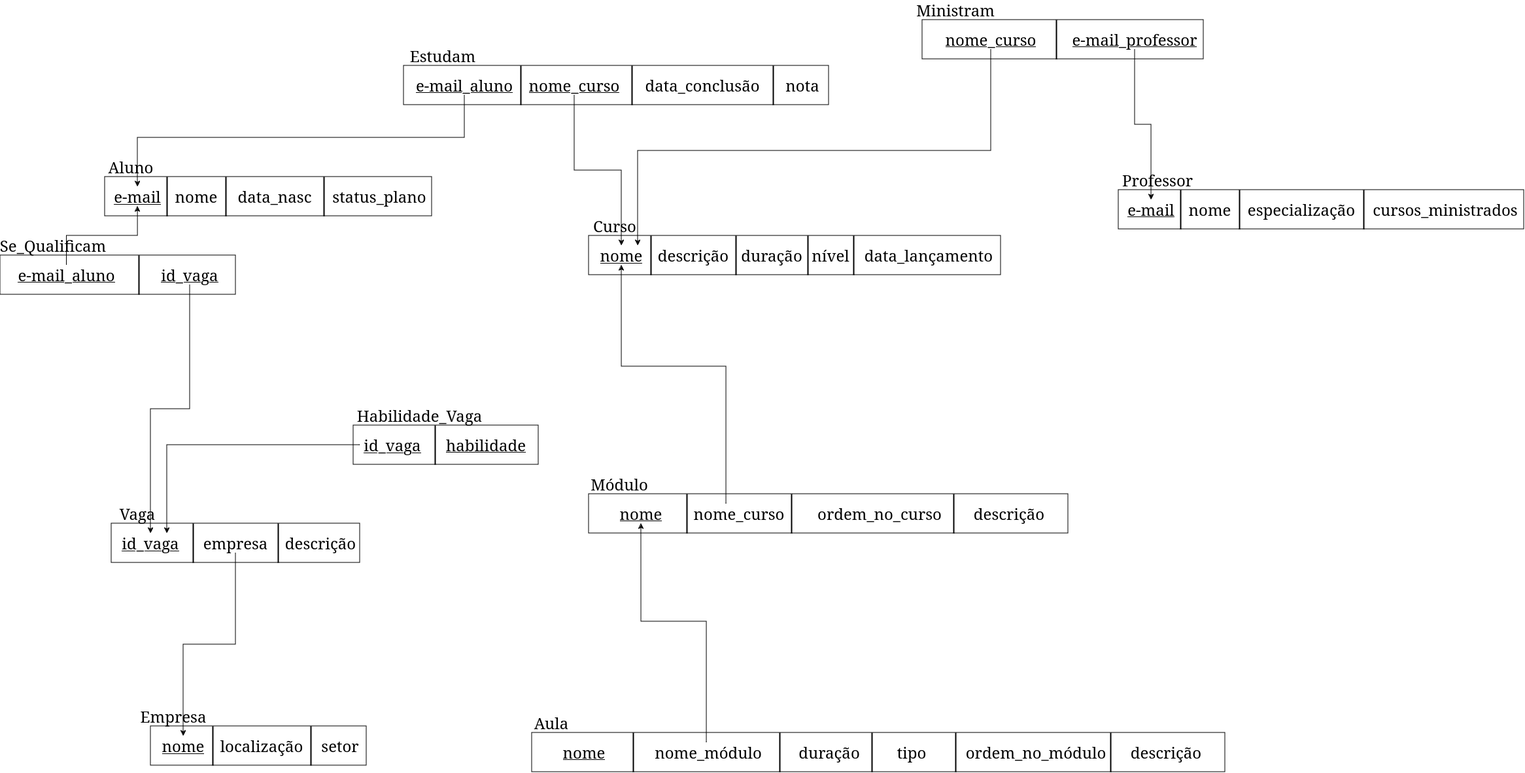
This is Diagrama/Diagrama Lógico/diagramaLógicoBD_v2.png from kenjiThiago/ProjetoBD1, a draw.io export, as it was before one commit. Source tidied: cells renumbered, new cells last; positions are measured from the earlier drawing's top-left corner, leaving out a move shared by most shapes.
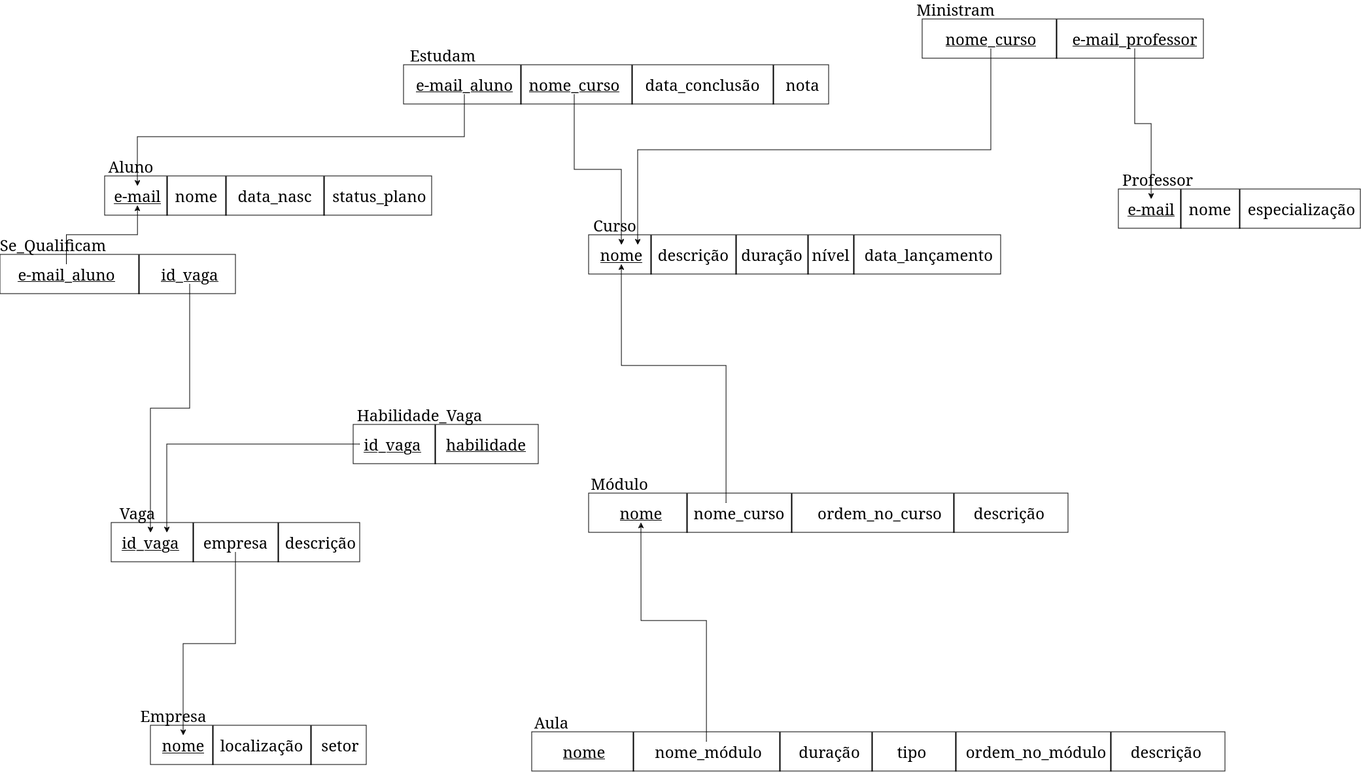
Above is the later version.

Commit message:
[Diagrama] Arrumado o diagrama e o mapeamento

Diff of the diagram source:
```diff
@@ -63,7 +63,7 @@
       <mxGeometry x="1300" y="360" width="10" height="60" as="geometry" />
     </mxCell>
     <mxCell id="22" style="rounded=0;whiteSpace=wrap;html=1;" parent="1" vertex="1">
-      <mxGeometry x="1710" y="290" width="620" height="60" as="geometry" />
+      <mxGeometry x="1710" y="290" width="370" height="60" as="geometry" />
     </mxCell>
     <mxCell id="23" value="&lt;font face=&quot;Verdana&quot; style=&quot;font-size: 24px;&quot;&gt;Professor&lt;/font&gt;" style="text;html=1;align=center;verticalAlign=middle;whiteSpace=wrap;rounded=0;" parent="1" vertex="1">
       <mxGeometry x="1740" y="260" width="60" height="30" as="geometry" />
@@ -77,18 +77,12 @@
     <mxCell id="26" value="&lt;font face=&quot;Verdana&quot; style=&quot;font-size: 24px;&quot;&gt;especialização&lt;/font&gt;" style="text;html=1;align=center;verticalAlign=middle;whiteSpace=wrap;rounded=0;" parent="1" vertex="1">
       <mxGeometry x="1940" y="305" width="100" height="30" as="geometry" />
     </mxCell>
-    <mxCell id="27" value="&lt;font face=&quot;Verdana&quot; style=&quot;font-size: 24px;&quot;&gt;cursos_ministrados&lt;/font&gt;" style="text;html=1;align=center;verticalAlign=middle;whiteSpace=wrap;rounded=0;" parent="1" vertex="1">
-      <mxGeometry x="2160" y="305" width="100" height="30" as="geometry" />
-    </mxCell>
     <mxCell id="28" style="line;strokeWidth=2;direction=south;html=1;" parent="1" vertex="1">
       <mxGeometry x="1800" y="290" width="10" height="60" as="geometry" />
     </mxCell>
     <mxCell id="29" style="line;strokeWidth=2;direction=south;html=1;" parent="1" vertex="1">
       <mxGeometry x="1890" y="290" width="10" height="60" as="geometry" />
     </mxCell>
-    <mxCell id="30" style="line;strokeWidth=2;direction=south;html=1;" parent="1" vertex="1">
-      <mxGeometry x="2080" y="290" width="10" height="60" as="geometry" />
-    </mxCell>
     <mxCell id="31" style="rounded=0;whiteSpace=wrap;html=1;" parent="1" vertex="1">
       <mxGeometry x="900" y="755" width="733" height="60" as="geometry" />
     </mxCell>
```
